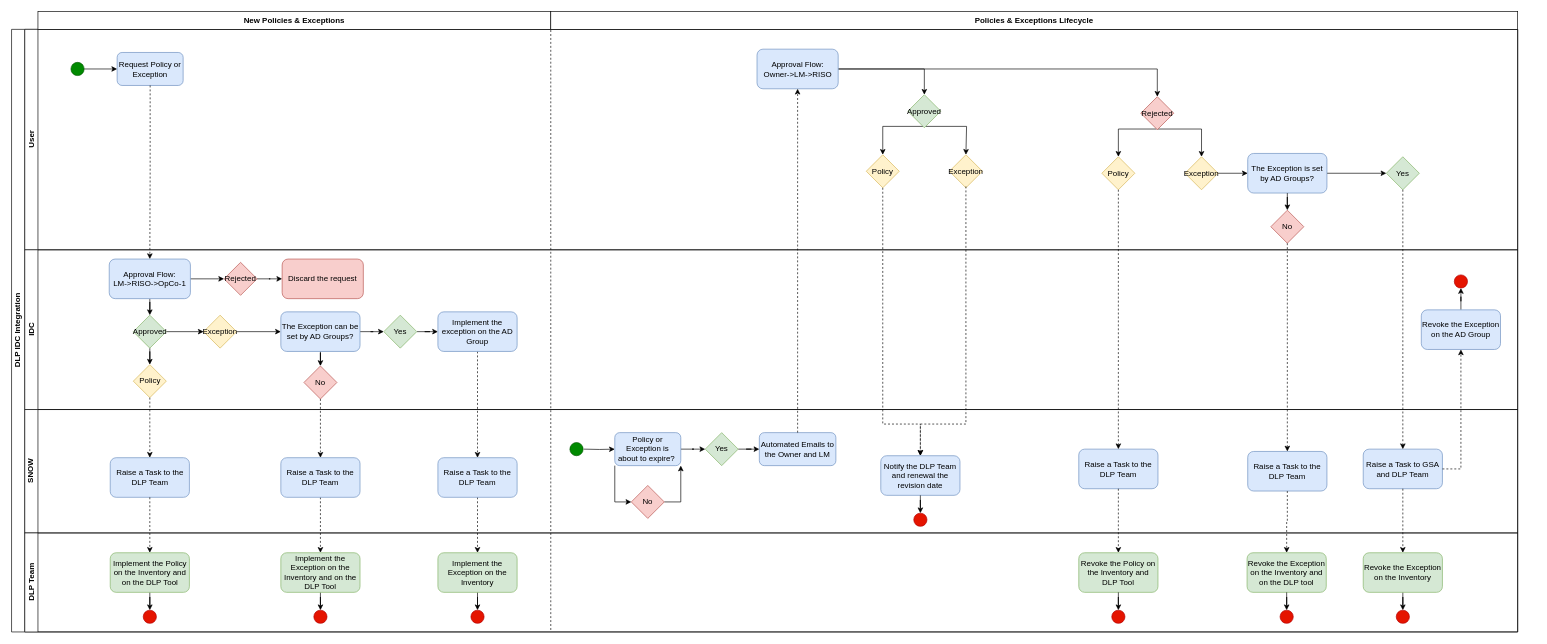
Above: IDC&DLP.drawio in jovblopes/Internet-of-Things (draw.io), before the change. Source tidied: cells renumbered, new cells numbered last; positions are measured from the earlier drawing's top-left corner, leaving out a move shared by most shapes. Both pictures are drawn from the tidied source at 66%, with x=0, y=0 at pixel (11, 11).
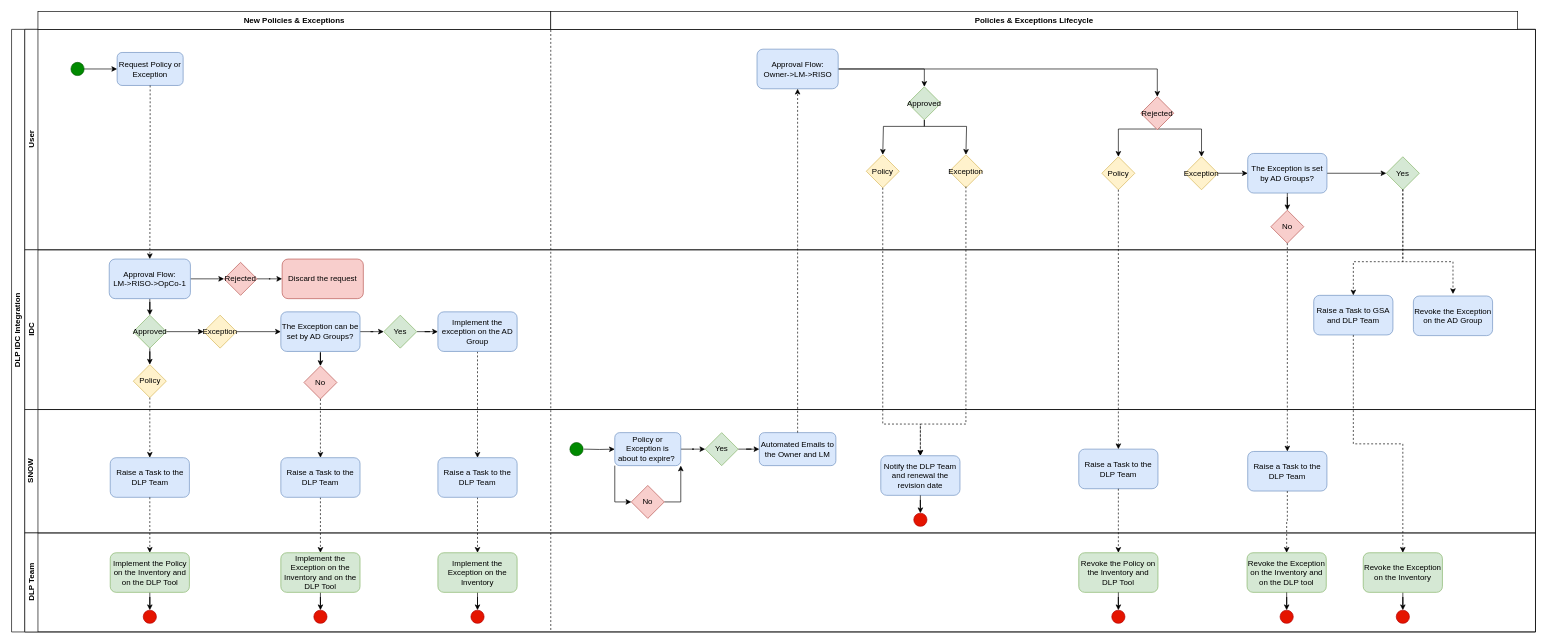
After the change.

The change refers to these unchanged cells:
```xml
<mxCell id="24" value="Yes" style="rhombus;whiteSpace=wrap;html=1;fillColor=#d5e8d4;strokeColor=#82b366;" parent="4" vertex="1">
  <mxGeometry x="2063" y="193" width="50" height="50" as="geometry" />
</mxCell>
```

What changed in the source:
```diff
@@
     <mxCell id="2" style="group;" parent="1" vertex="1">
-      <mxGeometry width="2282" height="940" as="geometry" />
+      <mxGeometry width="2309" height="940" as="geometry" />
     </mxCell>
     <mxCell id="3" value="DLP IDC Integration" style="swimlane;html=1;horizontal=0;startSize=20;" parent="2" vertex="1">
-      <mxGeometry y="27" width="2282" height="913" as="geometry" />
+      <mxGeometry y="27" width="2309" height="913" as="geometry" />
     </mxCell>
     <mxCell id="4" value="User" style="swimlane;html=1;startSize=20;horizontal=0;" parent="3" vertex="1">
-      <mxGeometry x="20" width="2262" height="334" as="geometry" />
+      <mxGeometry x="20" width="2289" height="334" as="geometry" />
     </mxCell>
@@
     <mxCell id="13" value="Approved" style="rhombus;whiteSpace=wrap;html=1;fillColor=#d5e8d4;strokeColor=#82b366;" parent="4" vertex="1">
-      <mxGeometry x="1338" y="99" width="50" height="50" as="geometry" />
+      <mxGeometry x="1338" y="87" width="50" height="50" as="geometry" />
     </mxCell>
@@
     <mxCell id="29" value="IDC" style="swimlane;html=1;startSize=20;horizontal=0;" parent="3" vertex="1">
-      <mxGeometry x="20" y="334" width="2262" height="242" as="geometry" />
+      <mxGeometry x="20" y="334" width="2289" height="242" as="geometry" />
     </mxCell>
@@
-    <mxCell id="49" style="edgeStyle=orthogonalEdgeStyle;rounded=0;jettySize=auto;html=1;entryX=0.5;entryY=1;entryDx=0;entryDy=0;" parent="29" edge="1" source="50" target="51">
-      <mxGeometry relative="1" as="geometry" />
-    </mxCell>
     <mxCell id="50" value="Revoke the Exception on the AD Group" style="rounded=1;whiteSpace=wrap;html=1;fillColor=#dae8fc;strokeColor=#6c8ebf;" parent="29" vertex="1">
-      <mxGeometry x="2116" y="91" width="120" height="60" as="geometry" />
+      <mxGeometry x="2104" y="70" width="120" height="60" as="geometry" />
     </mxCell>
-    <mxCell id="51" style="ellipse;whiteSpace=wrap;html=1;fillColor=#e51400;strokeColor=#B20000;fontColor=#ffffff;" parent="29" vertex="1">
-      <mxGeometry x="2166" y="38" width="20" height="20" as="geometry" />
-    </mxCell>
+    <mxCell id="73" value="Raise a Task to GSA and DLP Team" style="rounded=1;whiteSpace=wrap;html=1;fillColor=#dae8fc;strokeColor=#6c8ebf;" parent="29" vertex="1">
+      <mxGeometry x="1953" y="69" width="120" height="60" as="geometry" />
+    </mxCell>
@@
     <mxCell id="54" value="SNOW" style="swimlane;html=1;startSize=20;horizontal=0;" parent="3" vertex="1">
-      <mxGeometry x="20" y="576" width="2262" height="187" as="geometry" />
+      <mxGeometry x="20" y="576" width="2289" height="187" as="geometry" />
     </mxCell>
@@
-    <mxCell id="73" value="Raise a Task to GSA and DLP Team" style="rounded=1;whiteSpace=wrap;html=1;fillColor=#dae8fc;strokeColor=#6c8ebf;" parent="54" vertex="1">
-      <mxGeometry x="2028" y="60" width="120" height="60" as="geometry" />
-    </mxCell>
@@
     <mxCell id="76" value="DLP Team" style="swimlane;html=1;startSize=20;horizontal=0;" parent="3" vertex="1">
-      <mxGeometry x="20" y="763" width="2262" height="150" as="geometry" />
+      <mxGeometry x="20" y="763" width="2289" height="150" as="geometry" />
     </mxCell>
@@
     <mxCell id="103" style="edgeStyle=orthogonalEdgeStyle;rounded=0;jettySize=auto;html=1;entryX=0.5;entryY=0;entryDx=0;entryDy=0;dashed=1;" parent="3" edge="1" source="24" target="73">
-      <mxGeometry relative="1" as="geometry" />
+      <mxGeometry relative="1" as="geometry">
+        <Array as="points">
+          <mxPoint x="2108" y="352" />
+          <mxPoint x="2033" y="352" />
+        </Array>
+      </mxGeometry>
     </mxCell>
@@
-    <mxCell id="105" style="edgeStyle=orthogonalEdgeStyle;rounded=0;jettySize=auto;html=1;entryX=0.5;entryY=1;entryDx=0;entryDy=0;dashed=1;" parent="3" edge="1" source="73" target="50">
-      <mxGeometry relative="1" as="geometry">
-        <Array as="points">
-          <mxPoint x="2196" y="666" />
-        </Array>
-      </mxGeometry>
-    </mxCell>
+    <mxCell id="109" style="edgeStyle=orthogonalEdgeStyle;rounded=0;orthogonalLoop=1;jettySize=auto;html=1;entryX=0.5;entryY=0;entryDx=0;entryDy=0;dashed=1;" parent="3" edge="1">
+      <mxGeometry relative="1" as="geometry">
+        <mxPoint x="2108" y="242" as="sourcePoint" />
+        <mxPoint x="2184" y="401" as="targetPoint" />
+        <Array as="points">
+          <mxPoint x="2108" y="352" />
+          <mxPoint x="2184" y="352" />
+        </Array>
+      </mxGeometry>
+    </mxCell>
```
